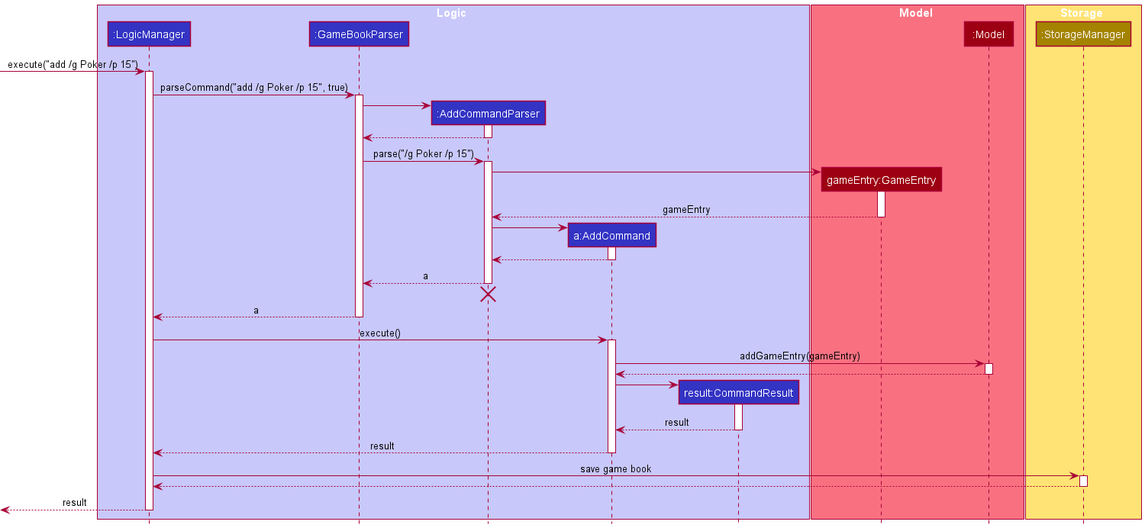
yzhilong/tp keeps this PlantUML diagram as docs/images/AddSequenceDiagram(Logic).png. Above is the earlier version. Its source is kept beside it as docs/diagrams/AddSequenceDiagram(Logic).puml. The source it was exported from:
```plantuml
@startuml
!include style.puml

box Logic LOGIC_COLOR_T1
participant ":LogicManager" as LogicManager LOGIC_COLOR
participant ":GameBookParser" as GameBookParser LOGIC_COLOR
participant ":AddCommandParser" as AddCommandParser LOGIC_COLOR
participant "a:AddCommand" as AddCommand LOGIC_COLOR
participant "result:CommandResult" as CommandResult LOGIC_COLOR
end box

box Model MODEL_COLOR_T1
participant "gameEntry:GameEntry" as GameEntry MODEL_COLOR
participant ":Model" as Model MODEL_COLOR
end box

box Storage STORAGE_COLOR_T1
participant ":StorageManager" as StorageManager STORAGE_COLOR
end box

[-> LogicManager : execute("add /g Poker /p 15")
activate LogicManager

LogicManager -> GameBookParser : parseCommand("add /g Poker /p 15", true)
activate GameBookParser

create AddCommandParser
GameBookParser -> AddCommandParser
activate AddCommandParser

AddCommandParser --> GameBookParser
deactivate AddCommandParser

GameBookParser -> AddCommandParser : parse("/g Poker /p 15")
activate AddCommandParser

create GameEntry
AddCommandParser -> GameEntry
activate GameEntry
GameEntry --> AddCommandParser : gameEntry
deactivate GameEntry

create AddCommand
AddCommandParser -> AddCommand
activate AddCommand

AddCommand --> AddCommandParser :
deactivate AddCommand

AddCommandParser --> GameBookParser : a
deactivate AddCommandParser
AddCommandParser -[hidden]-> GameBookParser
destroy AddCommandParser

GameBookParser --> LogicManager : a
deactivate GameBookParser

LogicManager -> AddCommand : execute()
activate AddCommand

AddCommand -> Model : addGameEntry(gameEntry)
activate Model
Model --> AddCommand
deactivate Model

create CommandResult
AddCommand -> CommandResult
activate CommandResult

CommandResult --> AddCommand : result
deactivate CommandResult

AddCommand --> LogicManager :result
deactivate AddCommand

LogicManager -> StorageManager : save game book
activate StorageManager

StorageManager --> LogicManager
deactivate StorageManager

[<--LogicManager : result
deactivate LogicManager
@enduml
```
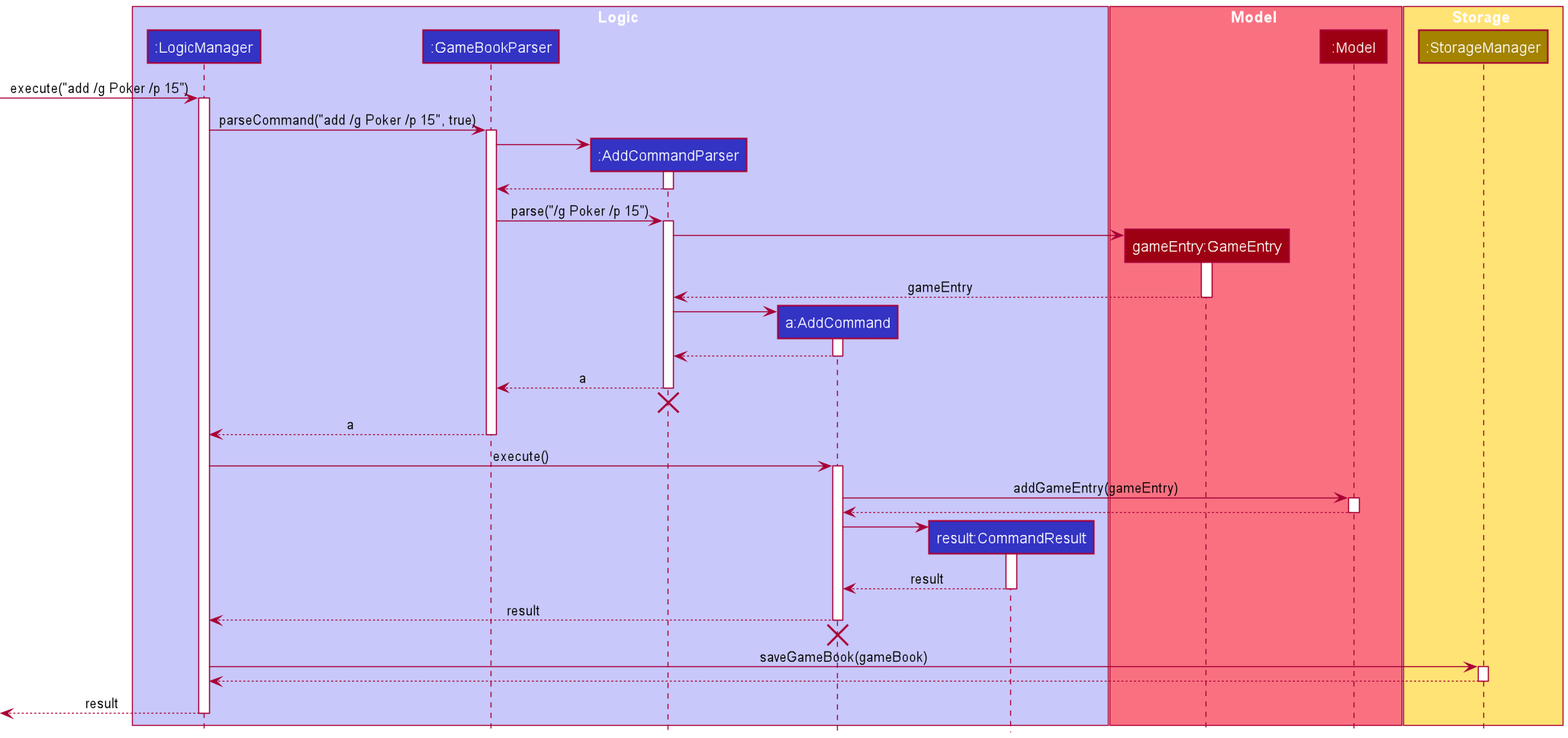
Above is the later version.

Diff of the diagram source:
```diff
@@ -72,8 +72,10 @@
 
 AddCommand --> LogicManager :result
 deactivate AddCommand
+AddCommand -[hidden]-> LogicManager
+destroy AddCommand
 
-LogicManager -> StorageManager : save game book
+LogicManager -> StorageManager : saveGameBook(gameBook)
 activate StorageManager
 
 StorageManager --> LogicManager
```
